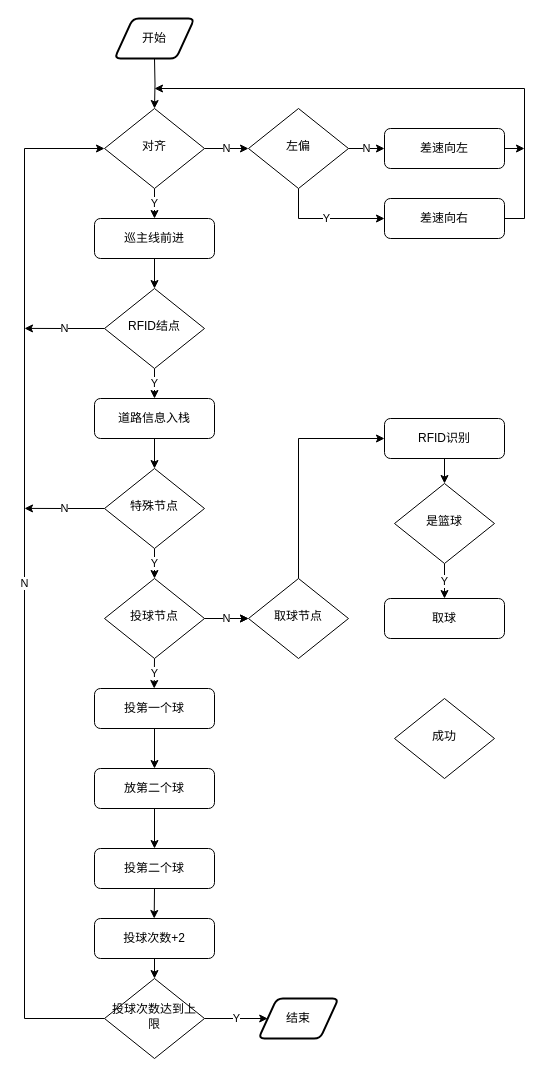
Alpha-Girl/drawio keeps this draw.io diagram as Untitled Diagram.drawio. Above is the earlier version. Source tidied: cells renumbered, new cells numbered last; positions are measured from the earlier drawing's top-left corner, leaving out a move shared by most shapes. Both pictures are drawn from the tidied source at 100%, with x=0, y=0 at pixel (24, 18).
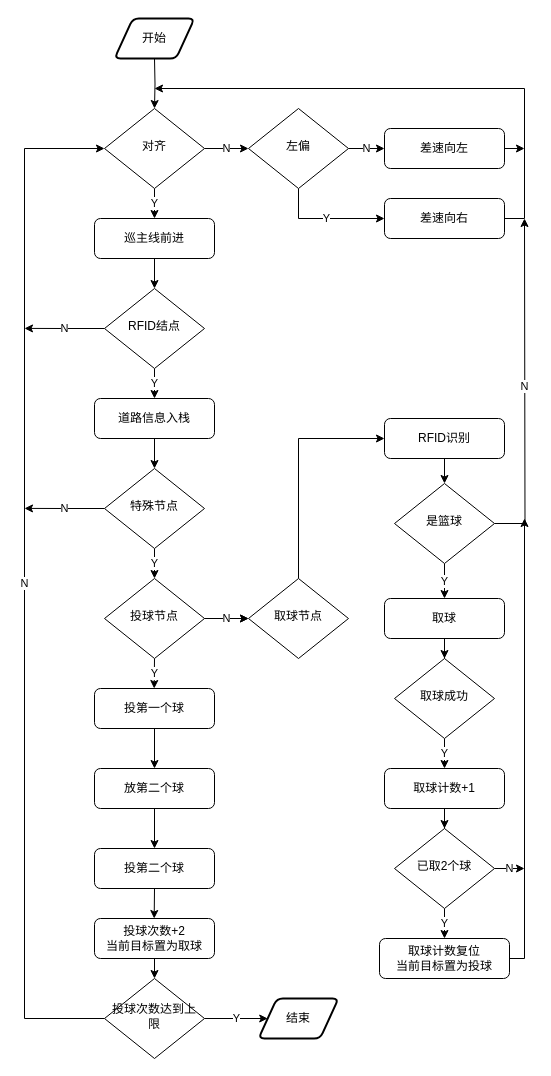
After the change.

The change refers to these unchanged cells:
```xml
<mxCell id="43" value="是篮球" style="rhombus;whiteSpace=wrap;html=1;shadow=0;fontFamily=Helvetica;fontSize=12;align=center;strokeWidth=1;spacing=6;spacingTop=-4;" parent="1" vertex="1">
  <mxGeometry x="370" y="465" width="100" height="80" as="geometry" />
</mxCell>
<mxCell id="46" value="取球" style="rounded=1;whiteSpace=wrap;html=1;fontSize=12;glass=0;strokeWidth=1;shadow=0;" parent="1" vertex="1">
  <mxGeometry x="360" y="580" width="120" height="40" as="geometry" />
</mxCell>
```

The edit, as a diff of the source:
```diff
@@
-    <mxCell id="36" value="投球次数+2" style="rounded=1;whiteSpace=wrap;html=1;fontSize=12;glass=0;strokeWidth=1;shadow=0;" parent="1" vertex="1">
+    <mxCell id="36" value="投球次数+2&lt;br&gt;当前目标置为取球" style="rounded=1;whiteSpace=wrap;html=1;fontSize=12;glass=0;strokeWidth=1;shadow=0;" parent="1" vertex="1">
       <mxGeometry x="70" y="900" width="120" height="40" as="geometry" />
     </mxCell>
@@
+    <mxCell id="48" value="N" style="edgeStyle=orthogonalEdgeStyle;rounded=0;jettySize=auto;html=1;exitX=1;exitY=0.5;exitDx=0;exitDy=0;" parent="1" edge="1" source="43">
+      <mxGeometry relative="1" as="geometry">
+        <mxPoint x="500" y="200" as="targetPoint" />
+      </mxGeometry>
+    </mxCell>
@@
+    <mxCell id="49" style="edgeStyle=orthogonalEdgeStyle;rounded=0;jettySize=auto;html=1;exitX=0.5;exitY=1;exitDx=0;exitDy=0;" parent="1" edge="1" source="46" target="47">
+      <mxGeometry relative="1" as="geometry" />
+    </mxCell>
@@
+    <mxCell id="50" value="Y" style="edgeStyle=orthogonalEdgeStyle;rounded=0;jettySize=auto;html=1;exitX=0.5;exitY=1;exitDx=0;exitDy=0;" parent="1" edge="1" source="47">
+      <mxGeometry relative="1" as="geometry">
+        <mxPoint x="420" y="750" as="targetPoint" />
+      </mxGeometry>
+    </mxCell>
-    <mxCell id="47" value="成功" style="rhombus;whiteSpace=wrap;html=1;shadow=0;fontFamily=Helvetica;fontSize=12;align=center;strokeWidth=1;spacing=6;spacingTop=-4;" parent="1" vertex="1">
-      <mxGeometry x="370" y="680" width="100" height="80" as="geometry" />
+    <mxCell id="47" value="取球成功" style="rhombus;whiteSpace=wrap;html=1;shadow=0;fontFamily=Helvetica;fontSize=12;align=center;strokeWidth=1;spacing=6;spacingTop=-4;" parent="1" vertex="1">
+      <mxGeometry x="370" y="640" width="100" height="80" as="geometry" />
     </mxCell>
+    <mxCell id="51" style="edgeStyle=orthogonalEdgeStyle;rounded=0;jettySize=auto;html=1;exitX=0.5;exitY=1;exitDx=0;exitDy=0;" parent="1" edge="1" source="52" target="55">
+      <mxGeometry relative="1" as="geometry" />
+    </mxCell>
+    <mxCell id="52" value="取球计数+1" style="rounded=1;whiteSpace=wrap;html=1;fontSize=12;glass=0;strokeWidth=1;shadow=0;" parent="1" vertex="1">
+      <mxGeometry x="360" y="750" width="120" height="40" as="geometry" />
+    </mxCell>
+    <mxCell id="53" value="Y" style="edgeStyle=orthogonalEdgeStyle;rounded=0;jettySize=auto;html=1;exitX=0.5;exitY=1;exitDx=0;exitDy=0;" parent="1" edge="1" source="55" target="57">
+      <mxGeometry relative="1" as="geometry" />
+    </mxCell>
+    <mxCell id="54" value="N" style="edgeStyle=orthogonalEdgeStyle;rounded=0;jettySize=auto;html=1;exitX=1;exitY=0.5;exitDx=0;exitDy=0;" parent="1" edge="1" source="55">
+      <mxGeometry relative="1" as="geometry">
+        <mxPoint x="500" y="850" as="targetPoint" />
+      </mxGeometry>
+    </mxCell>
+    <mxCell id="55" value="已取2个球" style="rhombus;whiteSpace=wrap;html=1;shadow=0;fontFamily=Helvetica;fontSize=12;align=center;strokeWidth=1;spacing=6;spacingTop=-4;" parent="1" vertex="1">
+      <mxGeometry x="370" y="810" width="100" height="80" as="geometry" />
+    </mxCell>
+    <mxCell id="56" style="edgeStyle=orthogonalEdgeStyle;rounded=0;jettySize=auto;html=1;exitX=1;exitY=0.5;exitDx=0;exitDy=0;" parent="1" edge="1" source="57">
+      <mxGeometry relative="1" as="geometry">
+        <mxPoint x="500" y="500" as="targetPoint" />
+        <Array as="points">
+          <mxPoint x="500" y="940" />
+        </Array>
+      </mxGeometry>
+    </mxCell>
+    <mxCell id="57" value="取球计数复位&lt;br&gt;当前目标置为投球" style="rounded=1;whiteSpace=wrap;html=1;fontSize=12;glass=0;strokeWidth=1;shadow=0;" parent="1" vertex="1">
+      <mxGeometry x="355" y="920" width="130" height="40" as="geometry" />
+    </mxCell>
```
